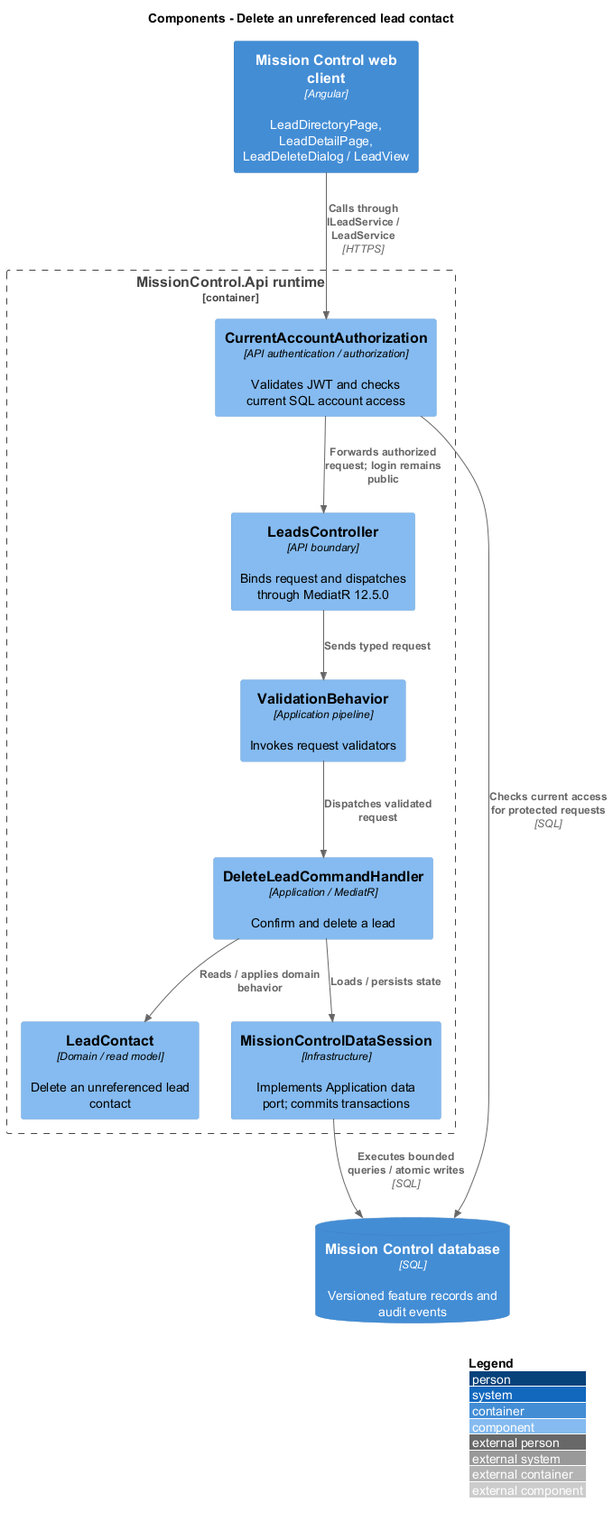
Before: docs/detailed-designs/leads/delete-contact/diagrams/c4-component.png, a diagram exported from PlantUML (QuinntyneBrown/mission-control).
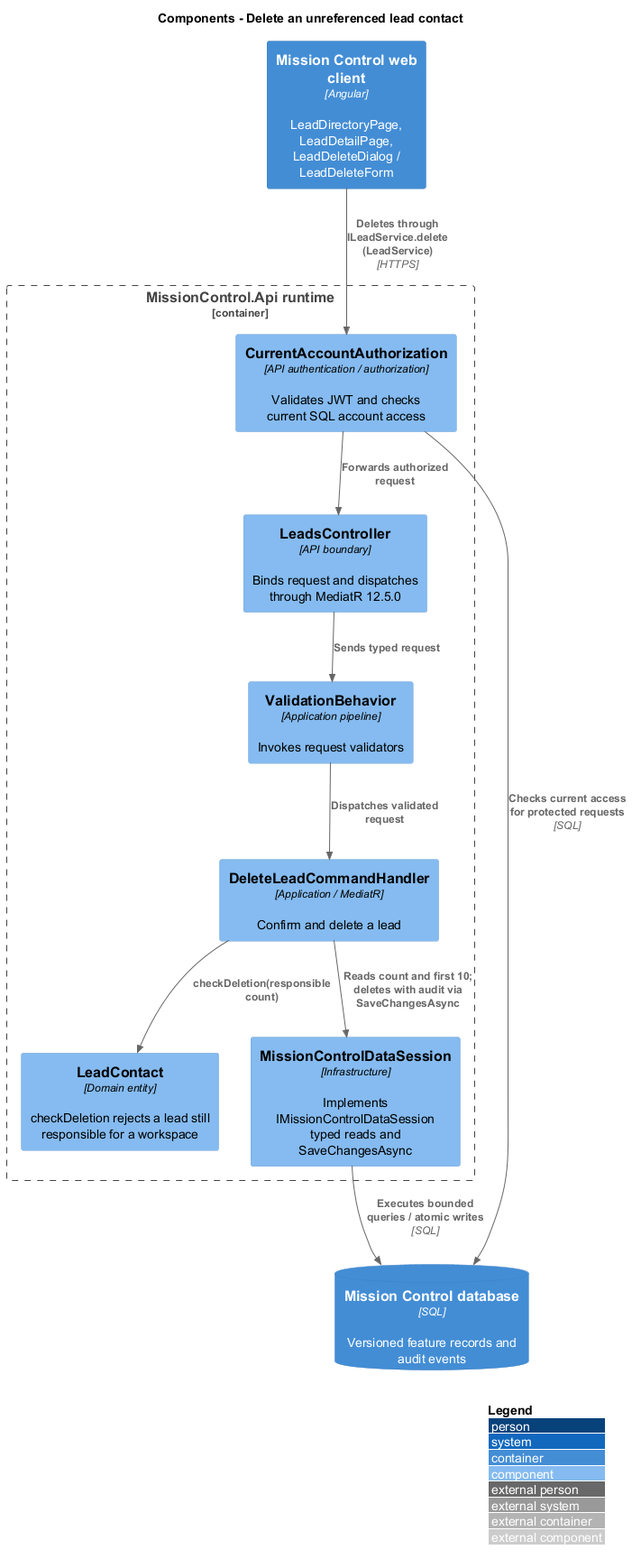
After the change.

What changed in the source:
```diff
@@ -2,22 +2,22 @@
 !include <C4/C4_Component>
 LAYOUT_WITH_LEGEND()
 title Components - Delete an unreferenced lead contact
-Container(web, "Mission Control web client", "Angular", "LeadDirectoryPage, LeadDetailPage, LeadDeleteDialog / LeadView")
+Container(web, "Mission Control web client", "Angular", "LeadDirectoryPage, LeadDetailPage, LeadDeleteDialog / LeadDeleteForm")
 ContainerDb(db, "Mission Control database", "SQL", "Versioned feature records and audit events")
 Container_Boundary(api, "MissionControl.Api runtime") {
   Component(ctrl, "LeadsController", "API boundary", "Binds request and dispatches through MediatR 12.5.0")
   Component(access, "CurrentAccountAuthorization", "API authentication / authorization", "Validates JWT and checks current SQL account access")
   Component(validation, "ValidationBehavior", "Application pipeline", "Invokes request validators")
-  Component(entity, "LeadContact", "Domain / read model", "Delete an unreferenced lead contact")
-  Component(store, "MissionControlDataSession", "Infrastructure", "Implements Application data port; commits transactions")
-Rel(web, access, "Calls through ILeadService / LeadService", "HTTPS")
+  Component(entity, "LeadContact", "Domain entity", "checkDeletion rejects a lead still responsible for a workspace")
+  Component(store, "MissionControlDataSession", "Infrastructure", "Implements IMissionControlDataSession typed reads and SaveChangesAsync")
+Rel(web, access, "Deletes through ILeadService.delete (LeadService)", "HTTPS")
 Rel(access, db, "Checks current access for protected requests", "SQL")
-Rel(access, ctrl, "Forwards authorized request; login remains public")
+Rel(access, ctrl, "Forwards authorized request")
 Rel(ctrl, validation, "Sends typed request")
 Component(h0, "DeleteLeadCommandHandler", "Application / MediatR", "Confirm and delete a lead")
 Rel(validation, h0, "Dispatches validated request")
-Rel(h0, entity, "Reads / applies domain behavior")
-Rel(h0, store, "Loads / persists state")
+Rel(h0, entity, "checkDeletion(responsible count)")
+Rel(h0, store, "Reads count and first 10; deletes with audit via SaveChangesAsync")
 }
 Rel(store, db, "Executes bounded queries / atomic writes", "SQL")
 @enduml
```
